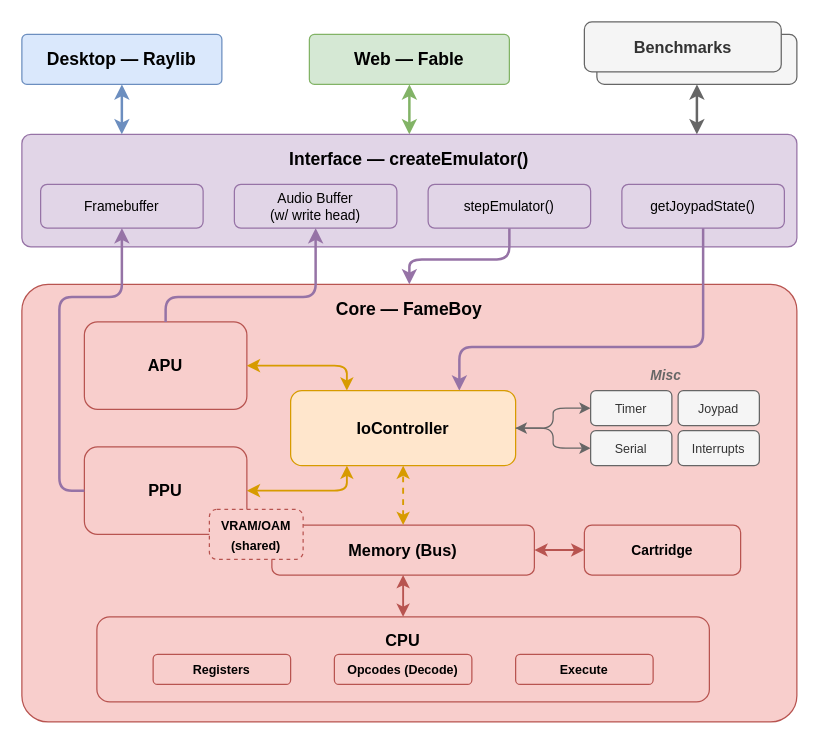
This is docs/architecture.drawio from nickkossolapov/fame-boy, a draw.io file, before an edit. Source tidied: cells renumbered, new cells numbered last; positions are measured from the earlier drawing's top-left corner, leaving out a move shared by most shapes. Both pictures are drawn from the tidied source at 125%, with x=0, y=0 at pixel (21, 21).
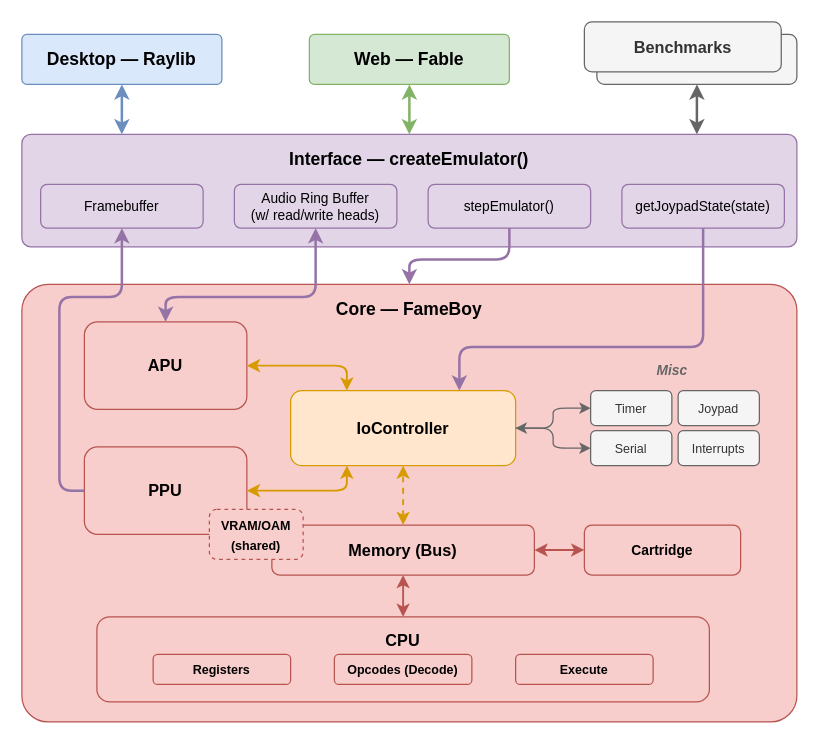
Above is the later version.

Unchanged cells that the change refers to:
```xml
<mxCell id="18" value="APU" style="rounded=1;whiteSpace=wrap;html=1;fillColor=#f8cecc;strokeColor=#b85450;fontSize=13;fontStyle=1;" parent="1" vertex="1">
  <mxGeometry x="50" y="240" width="130" height="70" as="geometry" />
</mxCell>
```

Change to the diagram source:
```diff
@@
-    <mxCell id="9" value="Audio Buffer&#10;(w/ write head)" style="rounded=1;whiteSpace=wrap;html=1;fillColor=#e1d5e7;strokeColor=#9673a6;fontSize=11;" parent="1" vertex="1">
+    <mxCell id="9" value="Audio Ring Buffer&lt;br&gt;(w/ read/write heads)" style="rounded=1;whiteSpace=wrap;html=1;fillColor=#e1d5e7;strokeColor=#9673a6;fontSize=11;" parent="1" vertex="1">
       <mxGeometry x="170" y="130" width="130" height="35" as="geometry" />
     </mxCell>
-    <mxCell id="10" value="getJoypadState()" style="rounded=1;whiteSpace=wrap;html=1;fillColor=#e1d5e7;strokeColor=#9673a6;fontSize=11;" parent="1" vertex="1">
+    <mxCell id="10" value="getJoypadState(state)" style="rounded=1;whiteSpace=wrap;html=1;fillColor=#e1d5e7;strokeColor=#9673a6;fontSize=11;" parent="1" vertex="1">
       <mxGeometry x="480" y="130" width="130" height="35" as="geometry" />
     </mxCell>
@@
     <mxCell id="24" value="Misc" style="text;html=1;fontSize=11;fontStyle=3;fontColor=#666666;align=center;" parent="1" vertex="1">
-      <mxGeometry x="480" y="270" width="70" height="20" as="geometry" />
+      <mxGeometry x="485" y="266" width="70" height="20" as="geometry" />
     </mxCell>
@@
-    <mxCell id="33" style="edgeStyle=orthogonalEdgeStyle;rounded=1;exitX=0.5;exitY=1;entryX=0.5;entryY=0;strokeColor=#9673a6;strokeWidth=2;endArrow=none;endFill=0;entryDx=0;entryDy=0;startArrow=classic;startFill=1;" parent="1" edge="1" source="9" target="18">
+    <mxCell id="33" style="edgeStyle=orthogonalEdgeStyle;rounded=1;exitX=0.5;exitY=1;entryX=0.5;entryY=0;strokeColor=#9673a6;strokeWidth=2;endArrow=classic;endFill=1;entryDx=0;entryDy=0;startArrow=classic;startFill=1;" parent="1" edge="1" source="9" target="18">
       <mxGeometry relative="1" as="geometry">
         <Array as="points">
           <mxPoint x="235" y="220" />
           <mxPoint x="115" y="220" />
         </Array>
       </mxGeometry>
     </mxCell>
```
